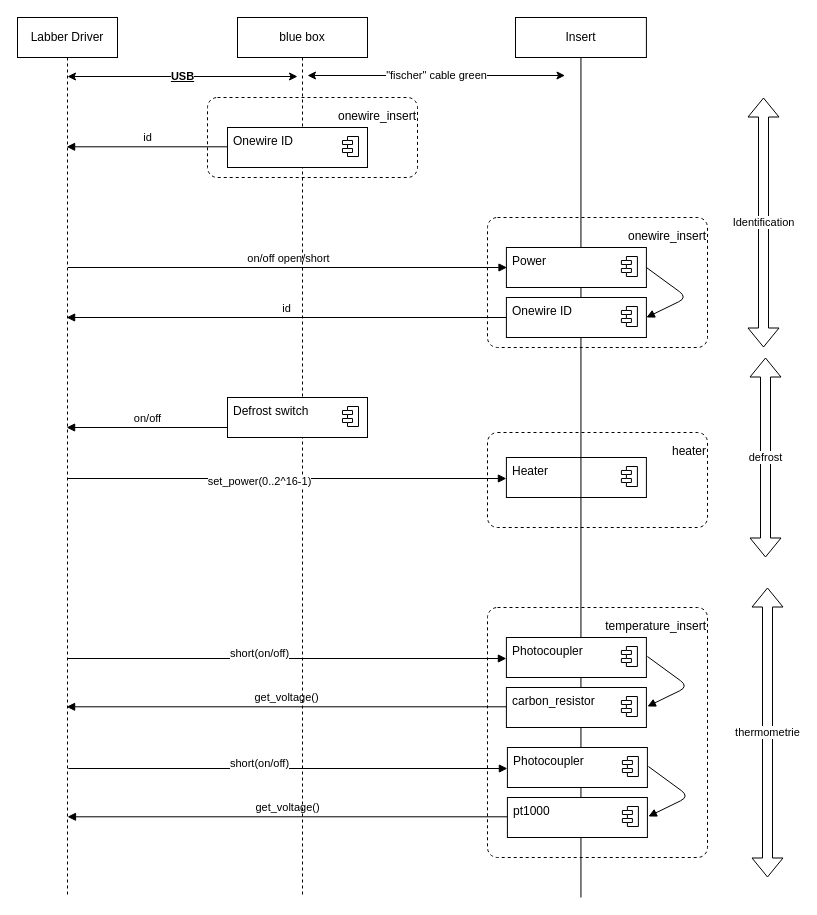
Above: page "Components" (2 of 2) of doc_design/design_components.drawio in nanophysics/heater_thermometrie_2021 (draw.io), before the change. Source tidied: cells renumbered, new cells numbered last; positions are measured from the earlier drawing's top-left corner, leaving out a move shared by most shapes. Both pictures are drawn from the tidied source at 100%, with x=0, y=0 at pixel (17, 17).
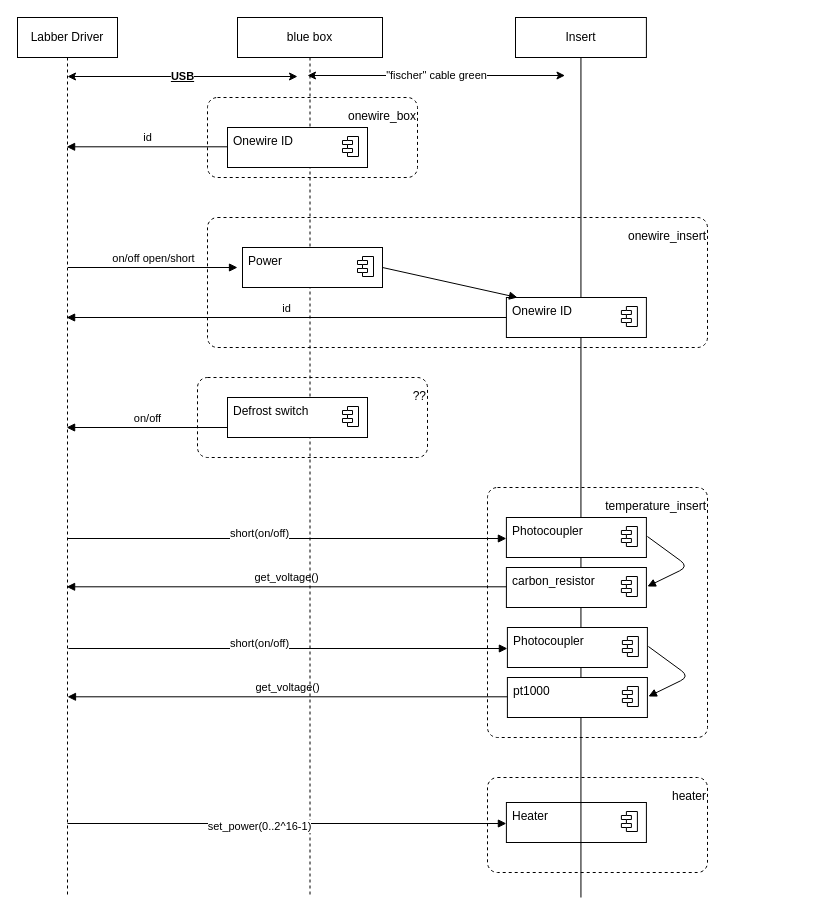
The same page after the edit.

The change refers to these unchanged cells:
```xml
<mxCell id="14" value="Insert" style="shape=umlLifeline;perimeter=lifelinePerimeter;whiteSpace=wrap;html=1;lifelineDashed=0;" parent="1" vertex="1">
  <mxGeometry x="498" width="130.9" height="880" as="geometry" />
</mxCell>
<mxCell id="16" value="Onewire ID" style="html=1;align=left;spacingLeft=4;verticalAlign=top;strokeColor=none;fillColor=none;" parent="15" vertex="1">
  <mxGeometry width="140" height="40" as="geometry" />
</mxCell>
```

Change to the diagram source:
```diff
@@
+    <mxCell id="56" value="??" style="dashed=1;rounded=1;absoluteArcSize=1;arcSize=20;html=1;verticalAlign=top;align=right;spacingTop=5;spacingLeft=10;" parent="1" vertex="1">
+      <mxGeometry x="180" y="360" width="230" height="80" as="geometry" />
+    </mxCell>
     <mxCell id="2" value="temperature_insert" style="dashed=1;rounded=1;absoluteArcSize=1;arcSize=20;html=1;verticalAlign=top;align=right;spacingTop=5;spacingLeft=10;" parent="1" vertex="1">
-      <mxGeometry x="470" y="590" width="220" height="250" as="geometry" />
+      <mxGeometry x="470" y="470" width="220" height="250" as="geometry" />
     </mxCell>
     <mxCell id="3" value="heater" style="dashed=1;rounded=1;absoluteArcSize=1;arcSize=20;html=1;verticalAlign=top;align=right;spacingTop=5;spacingLeft=10;" parent="1" vertex="1">
-      <mxGeometry x="470" y="415" width="220" height="95" as="geometry" />
+      <mxGeometry x="470" y="760" width="220" height="95" as="geometry" />
     </mxCell>
-    <mxCell id="4" value="onewire_insert" style="dashed=1;rounded=1;absoluteArcSize=1;arcSize=20;html=1;verticalAlign=top;align=right;spacingTop=5;spacingLeft=10;" parent="1" vertex="1">
+    <mxCell id="4" value="onewire_box" style="dashed=1;rounded=1;absoluteArcSize=1;arcSize=20;html=1;verticalAlign=top;align=right;spacingTop=5;spacingLeft=10;" parent="1" vertex="1">
       <mxGeometry x="190" y="80" width="210" height="80" as="geometry" />
     </mxCell>
     <mxCell id="5" value="onewire_insert" style="dashed=1;rounded=1;absoluteArcSize=1;arcSize=20;html=1;verticalAlign=top;align=right;spacingTop=5;spacingLeft=10;" parent="1" vertex="1">
-      <mxGeometry x="470" y="200" width="220" height="130" as="geometry" />
+      <mxGeometry x="190" y="200" width="500" height="130" as="geometry" />
     </mxCell>
     <mxCell id="6" style="fontStyle=1;align=center;verticalAlign=top;horizontal=1;" parent="1" vertex="1">
-      <mxGeometry x="488.9" y="440" width="140" height="40" as="geometry" />
+      <mxGeometry x="488.9" y="785" width="140" height="40" as="geometry" />
     </mxCell>
@@
     <mxCell id="9" value="blue box" style="shape=umlLifeline;perimeter=lifelinePerimeter;whiteSpace=wrap;html=1;" parent="1" vertex="1">
-      <mxGeometry x="220" width="130" height="880" as="geometry" />
+      <mxGeometry x="220" width="145" height="880" as="geometry" />
     </mxCell>
@@
+    <mxCell id="18" style="fontStyle=1;align=center;verticalAlign=top;horizontal=1;" parent="9" vertex="1">
+      <mxGeometry x="5" y="230" width="140" height="40" as="geometry" />
+    </mxCell>
+    <mxCell id="19" value="Power" style="html=1;align=left;spacingLeft=4;verticalAlign=top;strokeColor=none;fillColor=none;" parent="18" vertex="1">
+      <mxGeometry width="140" height="40" as="geometry" />
+    </mxCell>
+    <mxCell id="20" style="shape=module;jettyWidth=10;jettyHeight=4;" parent="19" vertex="1">
+      <mxGeometry x="1" width="16" height="20" relative="1" as="geometry">
+        <mxPoint x="-25" y="9" as="offset" />
+      </mxGeometry>
+    </mxCell>
@@
-    <mxCell id="18" style="fontStyle=1;align=center;verticalAlign=top;horizontal=1;" parent="14" vertex="1">
-      <mxGeometry x="-9.1" y="230" width="140" height="40" as="geometry" />
-    </mxCell>
-    <mxCell id="19" value="Power" style="html=1;align=left;spacingLeft=4;verticalAlign=top;strokeColor=none;fillColor=none;" parent="18" vertex="1">
-      <mxGeometry width="140" height="40" as="geometry" />
-    </mxCell>
-    <mxCell id="20" style="shape=module;jettyWidth=10;jettyHeight=4;" parent="19" vertex="1">
-      <mxGeometry x="1" width="16" height="20" relative="1" as="geometry">
-        <mxPoint x="-25" y="9" as="offset" />
-      </mxGeometry>
-    </mxCell>
-    <mxCell id="21" style="html=1;verticalAlign=bottom;labelBackgroundColor=none;endArrow=block;endFill=1;exitX=1;exitY=0.5;exitDx=0;exitDy=0;entryX=1;entryY=0.5;entryDx=0;entryDy=0;" parent="14" edge="1" source="19" target="16">
-      <mxGeometry relative="1" as="geometry">
-        <Array as="points">
-          <mxPoint x="172" y="280" />
-        </Array>
-      </mxGeometry>
-    </mxCell>
     <mxCell id="22" style="fontStyle=1;align=center;verticalAlign=top;horizontal=1;" parent="14" vertex="1">
-      <mxGeometry x="-9.1" y="670" width="140" height="40" as="geometry" />
+      <mxGeometry x="-9.1" y="550" width="140" height="40" as="geometry" />
     </mxCell>
@@
     <mxCell id="25" value="get_voltage()" style="html=1;verticalAlign=bottom;labelBackgroundColor=none;endArrow=block;endFill=1;exitX=0;exitY=0.5;exitDx=0;exitDy=0;" parent="14" edge="1">
       <mxGeometry relative="1" as="geometry">
-        <mxPoint x="-9.1" y="689.3" as="sourcePoint" />
-        <mxPoint x="-448.9" y="689.3" as="targetPoint" />
+        <mxPoint x="-9.1" y="569.3" as="sourcePoint" />
+        <mxPoint x="-448.9" y="569.3" as="targetPoint" />
       </mxGeometry>
     </mxCell>
@@
     <mxCell id="27" style="html=1;verticalAlign=bottom;labelBackgroundColor=none;endArrow=block;endFill=1;entryX=0;entryY=0.75;entryDx=0;entryDy=0;" parent="1" edge="1">
       <mxGeometry relative="1" as="geometry">
-        <mxPoint x="50" y="461" as="sourcePoint" />
-        <mxPoint x="488.9" y="461" as="targetPoint" />
+        <mxPoint x="50" y="806" as="sourcePoint" />
+        <mxPoint x="488.9" y="806" as="targetPoint" />
       </mxGeometry>
     </mxCell>
@@
-    <mxCell id="35" value="on/off open/short" style="html=1;verticalAlign=bottom;labelBackgroundColor=none;endArrow=block;endFill=1;entryX=0;entryY=0.75;entryDx=0;entryDy=0;" parent="1" edge="1">
+    <mxCell id="35" value="on/off open/short" style="html=1;verticalAlign=bottom;labelBackgroundColor=none;endArrow=block;endFill=1;" parent="1" edge="1">
       <mxGeometry relative="1" as="geometry">
         <mxPoint x="50.5" y="250" as="sourcePoint" />
-        <mxPoint x="489.5" y="250" as="targetPoint" />
+        <mxPoint x="220" y="250" as="targetPoint" />
       </mxGeometry>
     </mxCell>
@@
     <mxCell id="37" style="fontStyle=1;align=center;verticalAlign=top;horizontal=1;" parent="1" vertex="1">
-      <mxGeometry x="488.9" y="620" width="140" height="40" as="geometry" />
+      <mxGeometry x="488.9" y="500" width="140" height="40" as="geometry" />
     </mxCell>
@@
     <mxCell id="40" style="html=1;verticalAlign=bottom;labelBackgroundColor=none;endArrow=block;endFill=1;entryX=0;entryY=0.75;entryDx=0;entryDy=0;" parent="1" edge="1">
       <mxGeometry relative="1" as="geometry">
-        <mxPoint x="50" y="641" as="sourcePoint" />
-        <mxPoint x="488.9" y="641" as="targetPoint" />
+        <mxPoint x="50" y="521" as="sourcePoint" />
+        <mxPoint x="488.9" y="521" as="targetPoint" />
       </mxGeometry>
     </mxCell>
@@
     <mxCell id="42" style="html=1;verticalAlign=bottom;labelBackgroundColor=none;endArrow=block;endFill=1;exitX=1;exitY=0.5;exitDx=0;exitDy=0;entryX=1;entryY=0.5;entryDx=0;entryDy=0;" parent="1" edge="1">
       <mxGeometry relative="1" as="geometry">
-        <mxPoint x="629.9" y="639" as="sourcePoint" />
-        <mxPoint x="629.9" y="689" as="targetPoint" />
+        <mxPoint x="629.9" y="519" as="sourcePoint" />
+        <mxPoint x="629.9" y="569" as="targetPoint" />
         <Array as="points">
-          <mxPoint x="671" y="669" />
+          <mxPoint x="671" y="549" />
         </Array>
       </mxGeometry>
     </mxCell>
     <mxCell id="43" style="fontStyle=1;align=center;verticalAlign=top;horizontal=1;" parent="1" vertex="1">
-      <mxGeometry x="489.9" y="780" width="140" height="40" as="geometry" />
+      <mxGeometry x="489.9" y="660" width="140" height="40" as="geometry" />
     </mxCell>
@@
     <mxCell id="46" value="get_voltage()" style="html=1;verticalAlign=bottom;labelBackgroundColor=none;endArrow=block;endFill=1;exitX=0;exitY=0.5;exitDx=0;exitDy=0;" parent="1" edge="1">
       <mxGeometry relative="1" as="geometry">
-        <mxPoint x="489.9" y="799.3" as="sourcePoint" />
-        <mxPoint x="50" y="799.3" as="targetPoint" />
+        <mxPoint x="489.9" y="679.3" as="sourcePoint" />
+        <mxPoint x="50" y="679.3" as="targetPoint" />
       </mxGeometry>
     </mxCell>
     <mxCell id="47" style="fontStyle=1;align=center;verticalAlign=top;horizontal=1;" parent="1" vertex="1">
-      <mxGeometry x="489.9" y="730" width="140" height="40" as="geometry" />
+      <mxGeometry x="489.9" y="610" width="140" height="40" as="geometry" />
     </mxCell>
@@
     <mxCell id="50" style="html=1;verticalAlign=bottom;labelBackgroundColor=none;endArrow=block;endFill=1;entryX=0;entryY=0.75;entryDx=0;entryDy=0;" parent="1" edge="1">
       <mxGeometry relative="1" as="geometry">
-        <mxPoint x="50.9" y="751" as="sourcePoint" />
-        <mxPoint x="489.9" y="751" as="targetPoint" />
+        <mxPoint x="50.9" y="631" as="sourcePoint" />
+        <mxPoint x="489.9" y="631" as="targetPoint" />
       </mxGeometry>
     </mxCell>
@@
     <mxCell id="52" style="html=1;verticalAlign=bottom;labelBackgroundColor=none;endArrow=block;endFill=1;exitX=1;exitY=0.5;exitDx=0;exitDy=0;entryX=1;entryY=0.5;entryDx=0;entryDy=0;" parent="1" edge="1">
       <mxGeometry relative="1" as="geometry">
-        <mxPoint x="630.9" y="749" as="sourcePoint" />
-        <mxPoint x="630.9" y="799" as="targetPoint" />
+        <mxPoint x="630.9" y="629" as="sourcePoint" />
+        <mxPoint x="630.9" y="679" as="targetPoint" />
         <Array as="points">
-          <mxPoint x="671.9" y="779" />
+          <mxPoint x="671.9" y="659" />
         </Array>
       </mxGeometry>
     </mxCell>
-    <mxCell id="53" value="Identification" style="shape=flexArrow;endArrow=classic;startArrow=classic;html=1;" parent="1" edge="1">
-      <mxGeometry relative="1" as="geometry">
-        <mxPoint x="746" y="330" as="sourcePoint" />
-        <mxPoint x="746" y="80" as="targetPoint" />
-      </mxGeometry>
-    </mxCell>
-    <mxCell id="54" value="defrost" style="shape=flexArrow;endArrow=classic;startArrow=classic;html=1;" parent="1" edge="1">
-      <mxGeometry relative="1" as="geometry">
-        <mxPoint x="748" y="540" as="sourcePoint" />
-        <mxPoint x="748" y="340" as="targetPoint" />
-      </mxGeometry>
-    </mxCell>
-    <mxCell id="55" value="thermometrie" style="shape=flexArrow;endArrow=classic;startArrow=classic;html=1;" parent="1" edge="1">
-      <mxGeometry relative="1" as="geometry">
-        <mxPoint x="750" y="860" as="sourcePoint" />
-        <mxPoint x="750" y="570" as="targetPoint" />
-      </mxGeometry>
-    </mxCell>
+    <mxCell id="57" style="html=1;verticalAlign=bottom;labelBackgroundColor=none;endArrow=block;endFill=1;" parent="1" edge="1">
+      <mxGeometry relative="1" as="geometry">
+        <mxPoint x="365" y="250" as="sourcePoint" />
+        <mxPoint x="500" y="280" as="targetPoint" />
+      </mxGeometry>
+    </mxCell>
```
